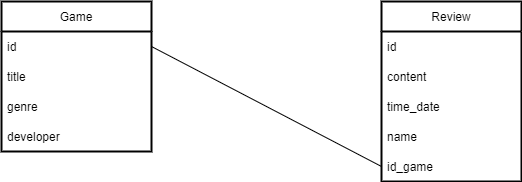
Before: Untitled Diagram.drawio.png, a diagram exported from draw.io (Tony-Zherka/QA-Project). Source tidied: cells renumbered, new cells last; positions are measured from the earlier drawing's top-left corner, leaving out a move shared by most shapes.
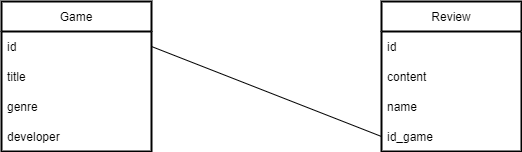
After the change.

Diff of the diagram source:
```diff
@@ -18,7 +18,7 @@
       <mxGeometry y="120" width="150" height="30" as="geometry" />
     </mxCell>
     <mxCell id="7" value="Review" style="swimlane;fontStyle=0;horizontal=1;startSize=30;strokeWidth=2;swimlaneFillColor=default;" parent="1" vertex="1">
-      <mxGeometry x="380" width="140" height="180" as="geometry" />
+      <mxGeometry x="380" width="140" height="150" as="geometry" />
     </mxCell>
     <mxCell id="8" value="id" style="text;strokeColor=none;fillColor=none;align=left;verticalAlign=middle;spacingLeft=4;spacingRight=4;overflow=hidden;swimlaneFillColor=default;" parent="7" vertex="1">
       <mxGeometry y="30" width="140" height="30" as="geometry" />
@@ -26,14 +26,11 @@
     <mxCell id="9" value="content" style="text;strokeColor=none;fillColor=none;align=left;verticalAlign=middle;spacingLeft=4;spacingRight=4;overflow=hidden;swimlaneFillColor=default;" parent="7" vertex="1">
       <mxGeometry y="60" width="140" height="30" as="geometry" />
     </mxCell>
-    <mxCell id="10" value="time_date" style="text;strokeColor=none;fillColor=none;align=left;verticalAlign=middle;spacingLeft=4;spacingRight=4;overflow=hidden;swimlaneFillColor=default;" parent="7" vertex="1">
-      <mxGeometry y="90" width="140" height="30" as="geometry" />
-    </mxCell>
     <mxCell id="11" value="name" style="text;strokeColor=none;fillColor=none;align=left;verticalAlign=middle;spacingLeft=4;spacingRight=4;overflow=hidden;swimlaneFillColor=default;" parent="7" vertex="1">
-      <mxGeometry y="120" width="140" height="30" as="geometry" />
+      <mxGeometry y="90" width="140" height="30" as="geometry" />
     </mxCell>
     <mxCell id="12" value="id_game" style="text;strokeColor=none;fillColor=none;align=left;verticalAlign=middle;spacingLeft=4;spacingRight=4;overflow=hidden;points=[[0,0.5],[1,0.5]];portConstraint=eastwest;swimlaneFillColor=default;" parent="7" vertex="1">
-      <mxGeometry y="150" width="140" height="30" as="geometry" />
+      <mxGeometry y="120" width="140" height="30" as="geometry" />
     </mxCell>
     <mxCell id="13" style="endArrow=none;html=1;rounded=0;exitX=1;exitY=0.5;exitDx=0;exitDy=0;entryX=0;entryY=0.5;entryDx=0;entryDy=0;" parent="1" edge="1" source="3" target="12">
       <mxGeometry relative="1" as="geometry" />
```
